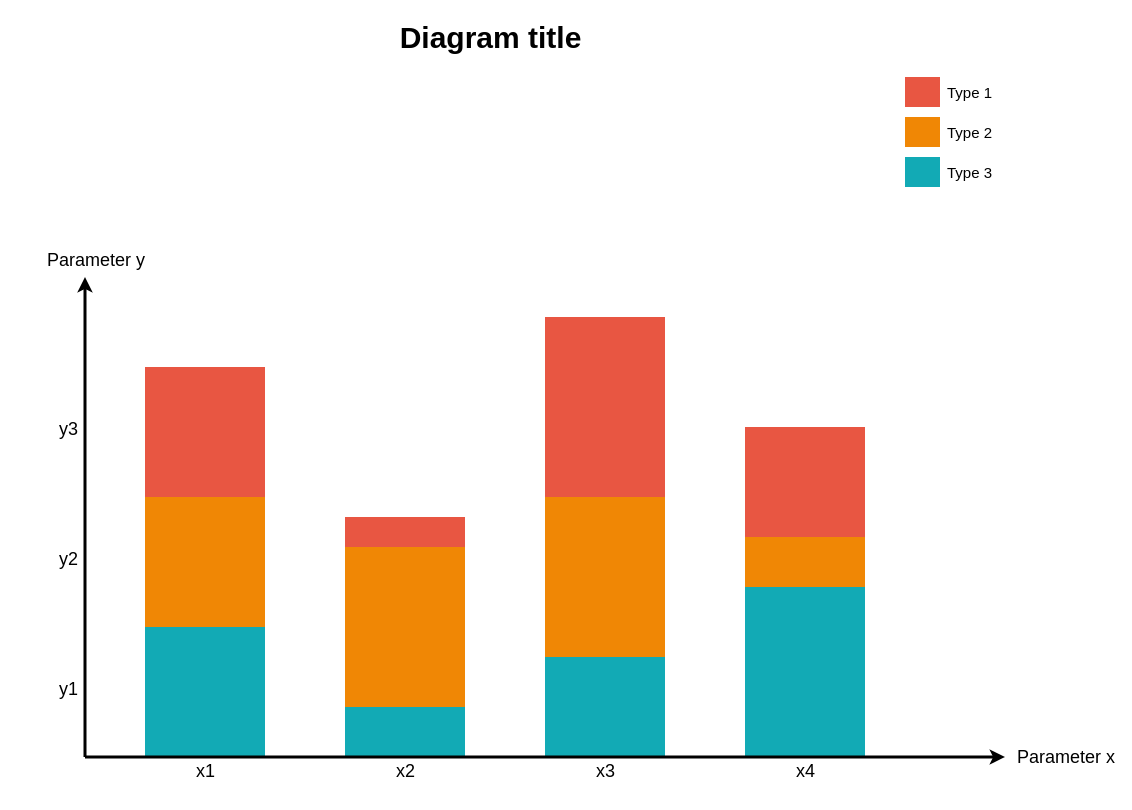
gongzhxu/draw.io keeps this draw.io diagram as 未命名绘图.drawio. Above is the earlier version. Source tidied: cells renumbered, new cells numbered last; positions are measured from the earlier drawing's top-left corner, leaving out a move shared by most shapes. Both pictures are drawn from the tidied source at 100%, with x=0, y=0 at pixel (45, 16).
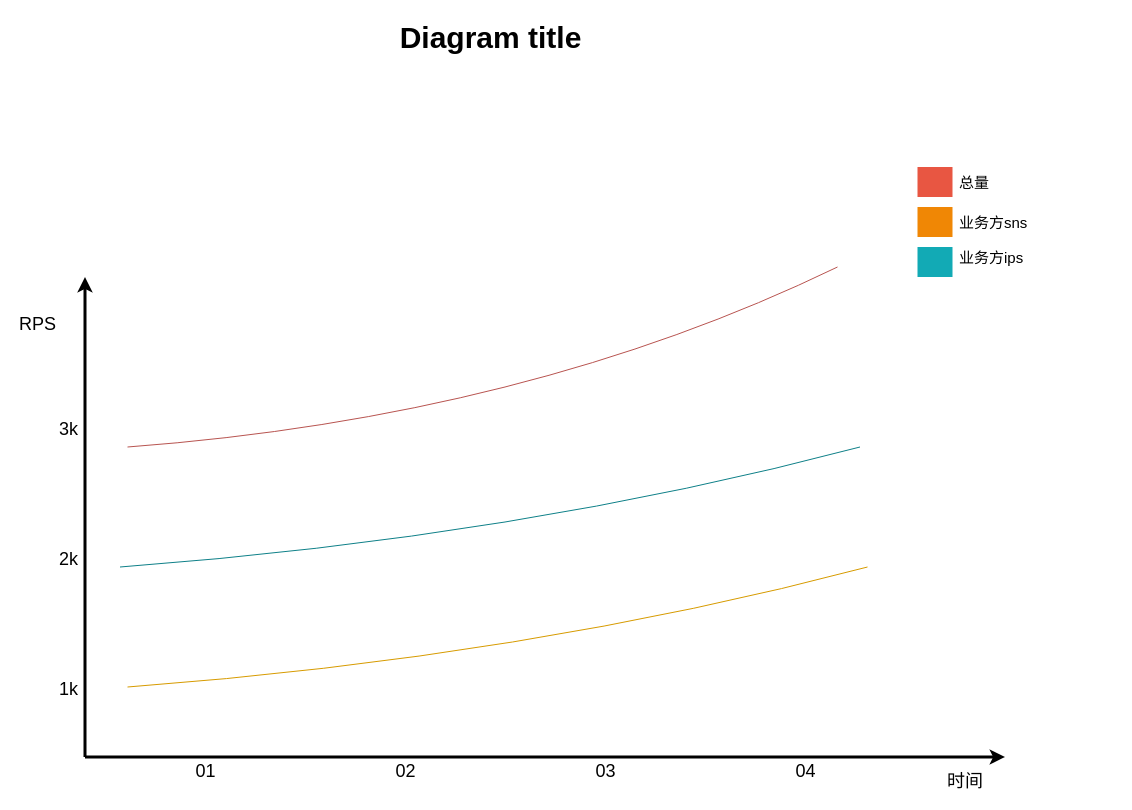
The same page after the edit.

Change to the diagram source:
```diff
@@
-    <mxCell id="2" style="whiteSpace=wrap;fillColor=#12AAB5;gradientColor=none;gradientDirection=east;strokeColor=none;html=1;fontColor=#23445d;" parent="1" vertex="1">
-      <mxGeometry x="99.5" y="610.5" width="120" height="130" as="geometry" />
-    </mxCell>
-    <mxCell id="3" style="whiteSpace=wrap;fillColor=#12AAB5;gradientColor=none;gradientDirection=east;strokeColor=none;html=1;fontColor=#23445d;" parent="1" vertex="1">
-      <mxGeometry x="299.5" y="690.5" width="120" height="50" as="geometry" />
-    </mxCell>
-    <mxCell id="4" style="whiteSpace=wrap;fillColor=#12AAB5;gradientColor=none;gradientDirection=east;strokeColor=none;html=1;fontColor=#23445d;" parent="1" vertex="1">
-      <mxGeometry x="499.5" y="640.5" width="120" height="100" as="geometry" />
-    </mxCell>
-    <mxCell id="5" style="whiteSpace=wrap;fillColor=#12AAB5;gradientColor=none;gradientDirection=east;strokeColor=none;html=1;fontColor=#23445d;" parent="1" vertex="1">
-      <mxGeometry x="699.5" y="570.5" width="120" height="170" as="geometry" />
-    </mxCell>
@@
-    <mxCell id="7" style="whiteSpace=wrap;fillColor=#F08705;gradientColor=none;gradientDirection=east;strokeColor=none;html=1;fontColor=#23445d;" parent="1" vertex="1">
-      <mxGeometry x="99.5" y="480.5" width="120" height="130" as="geometry" />
-    </mxCell>
-    <mxCell id="8" style="whiteSpace=wrap;fillColor=#E85642;gradientColor=none;gradientDirection=east;strokeColor=none;html=1;fontColor=#23445d;" parent="1" vertex="1">
-      <mxGeometry x="99.5" y="350.5" width="120" height="130" as="geometry" />
-    </mxCell>
-    <mxCell id="9" style="whiteSpace=wrap;fillColor=#F08705;gradientColor=none;gradientDirection=east;strokeColor=none;html=1;fontColor=#23445d;" parent="1" vertex="1">
-      <mxGeometry x="299.5" y="530.5" width="120" height="160" as="geometry" />
-    </mxCell>
-    <mxCell id="10" style="whiteSpace=wrap;fillColor=#E85642;gradientColor=none;gradientDirection=east;strokeColor=none;html=1;fontColor=#23445d;" parent="1" vertex="1">
-      <mxGeometry x="299.5" y="500.5" width="120" height="30" as="geometry" />
-    </mxCell>
-    <mxCell id="11" style="whiteSpace=wrap;fillColor=#F08705;gradientColor=none;gradientDirection=east;strokeColor=none;html=1;fontColor=#23445d;" parent="1" vertex="1">
-      <mxGeometry x="499.5" y="480.5" width="120" height="160" as="geometry" />
-    </mxCell>
-    <mxCell id="12" style="whiteSpace=wrap;fillColor=#E85642;gradientColor=none;gradientDirection=east;strokeColor=none;html=1;fontColor=#23445d;" parent="1" vertex="1">
-      <mxGeometry x="499.5" y="300.5" width="120" height="180" as="geometry" />
-    </mxCell>
@@
-    <mxCell id="14" value="Parameter x" style="text;spacingTop=-5;html=1;fontSize=18;fontStyle=0;strokeColor=none;" parent="1" vertex="1">
-      <mxGeometry x="969.5" y="728.5" width="80" height="20" as="geometry" />
+    <mxCell id="14" value="时间" style="text;spacingTop=-5;html=1;fontSize=18;fontStyle=0;strokeColor=none;" parent="1" vertex="1">
+      <mxGeometry x="899.5" y="752.5" width="80" height="20" as="geometry" />
     </mxCell>
-    <mxCell id="15" value="x1" style="text;spacingTop=-5;align=center;verticalAlign=middle;fontStyle=0;html=1;fontSize=18;strokeColor=none;" parent="1" vertex="1">
+    <mxCell id="15" value="01" style="text;spacingTop=-5;align=center;verticalAlign=middle;fontStyle=0;html=1;fontSize=18;strokeColor=none;" parent="1" vertex="1">
       <mxGeometry x="99.5" y="742.5" width="120" height="30" as="geometry" />
     </mxCell>
-    <mxCell id="16" value="x2" style="text;spacingTop=-5;align=center;verticalAlign=middle;fontStyle=0;html=1;fontSize=18;strokeColor=none;" parent="1" vertex="1">
+    <mxCell id="16" value="02" style="text;spacingTop=-5;align=center;verticalAlign=middle;fontStyle=0;html=1;fontSize=18;strokeColor=none;" parent="1" vertex="1">
       <mxGeometry x="299.5" y="742.5" width="120" height="30" as="geometry" />
     </mxCell>
-    <mxCell id="17" value="x3" style="text;spacingTop=-5;align=center;verticalAlign=middle;fontStyle=0;html=1;fontSize=18;strokeColor=none;" parent="1" vertex="1">
+    <mxCell id="17" value="03" style="text;spacingTop=-5;align=center;verticalAlign=middle;fontStyle=0;html=1;fontSize=18;strokeColor=none;" parent="1" vertex="1">
       <mxGeometry x="499.5" y="742.5" width="120" height="30" as="geometry" />
     </mxCell>
     <mxCell id="18" style="whiteSpace=wrap;fillColor=#12AAB5;gradientColor=none;gradientDirection=east;strokeColor=none;html=1;fontColor=#23445d;" parent="1" vertex="1">
-      <mxGeometry x="859.5" y="140.5" width="35" height="30" as="geometry" />
+      <mxGeometry x="872" y="230.5" width="35" height="30" as="geometry" />
     </mxCell>
     <mxCell id="19" style="whiteSpace=wrap;fillColor=#F08705;gradientColor=none;gradientDirection=east;strokeColor=none;html=1;fontColor=#23445d;" parent="1" vertex="1">
-      <mxGeometry x="859.5" y="100.5" width="35" height="30" as="geometry" />
+      <mxGeometry x="872" y="190.5" width="35" height="30" as="geometry" />
     </mxCell>
     <mxCell id="20" style="whiteSpace=wrap;fillColor=#E85642;gradientColor=none;gradientDirection=east;strokeColor=none;html=1;fontColor=#23445d;" parent="1" vertex="1">
-      <mxGeometry x="859.5" y="60.5" width="35" height="30" as="geometry" />
+      <mxGeometry x="872" y="150.5" width="35" height="30" as="geometry" />
     </mxCell>
-    <mxCell id="21" value="Type 1" style="text;spacingTop=-5;html=1;fontSize=15;" parent="1" vertex="1">
-      <mxGeometry x="899.5" y="65.5" width="80" height="20" as="geometry" />
+    <mxCell id="21" value="总量" style="text;spacingTop=-5;html=1;fontSize=15;" parent="1" vertex="1">
+      <mxGeometry x="912" y="155.5" width="80" height="20" as="geometry" />
     </mxCell>
-    <mxCell id="22" value="Type 2" style="text;spacingTop=-5;html=1;fontSize=15;" parent="1" vertex="1">
-      <mxGeometry x="899.5" y="105.5" width="80" height="20" as="geometry" />
+    <mxCell id="22" value="业务方sns" style="text;spacingTop=-5;html=1;fontSize=15;" parent="1" vertex="1">
+      <mxGeometry x="912" y="195.5" width="80" height="20" as="geometry" />
     </mxCell>
-    <mxCell id="23" value="Type 3" style="text;spacingTop=-5;html=1;fontSize=15;" parent="1" vertex="1">
-      <mxGeometry x="899.5" y="145.5" width="80" height="20" as="geometry" />
-    </mxCell>
-    <mxCell id="24" value="Parameter y" style="text;spacingTop=-5;html=1;fontSize=18;fontStyle=0;" parent="1" vertex="1">
-      <mxGeometry x="-0.5" y="231.5" width="80" height="20" as="geometry" />
+    <mxCell id="24" value="RPS" style="text;spacingTop=-5;html=1;fontSize=18;fontStyle=0;" parent="1" vertex="1">
+      <mxGeometry x="-28" y="296" width="80" height="20" as="geometry" />
     </mxCell>
-    <mxCell id="25" value="y1" style="text;spacingTop=-5;align=center;verticalAlign=middle;fontStyle=0;html=1;fontSize=18;" parent="1" vertex="1">
+    <mxCell id="25" value="1k" style="text;spacingTop=-5;align=center;verticalAlign=middle;fontStyle=0;html=1;fontSize=18;" parent="1" vertex="1">
       <mxGeometry x="7.5" y="610.5" width="30" height="130" as="geometry" />
     </mxCell>
-    <mxCell id="26" value="y2" style="text;spacingTop=-5;align=center;verticalAlign=middle;fontStyle=0;html=1;fontSize=18;" parent="1" vertex="1">
+    <mxCell id="26" value="2k" style="text;spacingTop=-5;align=center;verticalAlign=middle;fontStyle=0;html=1;fontSize=18;" parent="1" vertex="1">
       <mxGeometry x="7.5" y="480.5" width="30" height="130" as="geometry" />
     </mxCell>
-    <mxCell id="27" value="y3" style="text;spacingTop=-5;align=center;verticalAlign=middle;fontStyle=0;html=1;fontSize=18;" parent="1" vertex="1">
+    <mxCell id="27" value="3k" style="text;spacingTop=-5;align=center;verticalAlign=middle;fontStyle=0;html=1;fontSize=18;" parent="1" vertex="1">
       <mxGeometry x="7.5" y="350.5" width="30" height="130" as="geometry" />
     </mxCell>
@@
-    <mxCell id="29" style="whiteSpace=wrap;fillColor=#F08705;gradientColor=none;gradientDirection=east;strokeColor=none;html=1;fontColor=#23445d;" parent="1" vertex="1">
-      <mxGeometry x="699.5" y="520.5" width="120" height="50" as="geometry" />
-    </mxCell>
-    <mxCell id="30" style="whiteSpace=wrap;fillColor=#E85642;gradientColor=none;gradientDirection=east;strokeColor=none;html=1;fontColor=#23445d;" parent="1" vertex="1">
-      <mxGeometry x="699.5" y="410.5" width="120" height="110" as="geometry" />
-    </mxCell>
-    <mxCell id="31" value="x4" style="text;spacingTop=-5;align=center;verticalAlign=middle;fontStyle=0;html=1;fontSize=18;strokeColor=none;" parent="1" vertex="1">
+    <mxCell id="31" value="04" style="text;spacingTop=-5;align=center;verticalAlign=middle;fontStyle=0;html=1;fontSize=18;strokeColor=none;" parent="1" vertex="1">
       <mxGeometry x="699.5" y="742.5" width="120" height="30" as="geometry" />
     </mxCell>
+    <mxCell id="32" style="endArrow=none;html=1;rounded=0;curved=1;fillColor=#f8cecc;strokeColor=#b85450;" parent="1" edge="1">
+      <mxGeometry relative="1" as="geometry">
+        <mxPoint x="82" y="430.5" as="sourcePoint" />
+        <mxPoint x="792" y="250.5" as="targetPoint" />
+        <Array as="points">
+          <mxPoint x="482" y="400.5" />
+        </Array>
+      </mxGeometry>
+    </mxCell>
+    <mxCell id="33" value="业务方ips" style="text;spacingTop=-5;html=1;fontSize=15;" parent="1" vertex="1">
+      <mxGeometry x="912" y="230.5" width="80" height="45" as="geometry" />
+    </mxCell>
+    <mxCell id="34" style="endArrow=none;html=1;rounded=0;curved=1;fillColor=#b0e3e6;strokeColor=#0e8088;" parent="1" edge="1">
+      <mxGeometry relative="1" as="geometry">
+        <mxPoint x="74.5" y="550.5" as="sourcePoint" />
+        <mxPoint x="814.5" y="430.5" as="targetPoint" />
+        <Array as="points">
+          <mxPoint x="474.5" y="520.5" />
+        </Array>
+      </mxGeometry>
+    </mxCell>
+    <mxCell id="35" style="endArrow=none;html=1;rounded=0;curved=1;fillColor=#ffe6cc;strokeColor=#d79b00;" parent="1" edge="1">
+      <mxGeometry relative="1" as="geometry">
+        <mxPoint x="82" y="670.5" as="sourcePoint" />
+        <mxPoint x="822" y="550.5" as="targetPoint" />
+        <Array as="points">
+          <mxPoint x="482" y="640.5" />
+        </Array>
+      </mxGeometry>
+    </mxCell>
```
